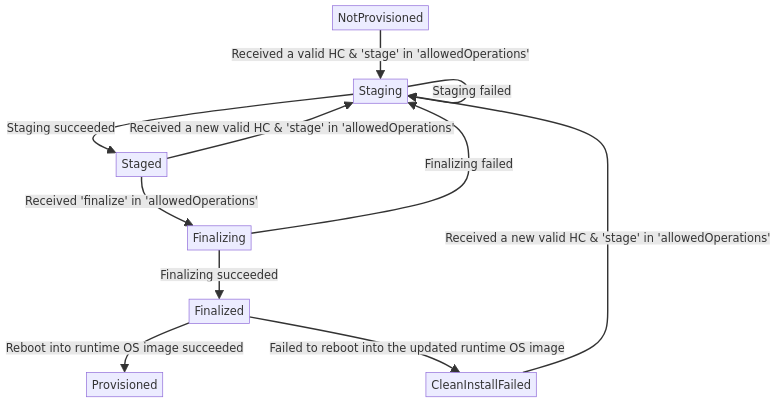
Earlier version of the Mermaid export dev-docs/diagrams/state-diagrams/clean-install.png (microsoft/trident). Its source is kept beside it as dev-docs/diagrams/state-diagrams/clean-install.mmd.
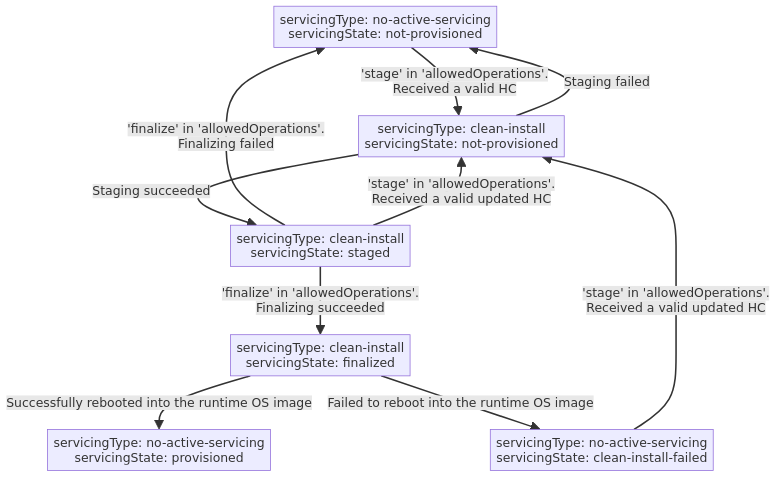
Above is the later version.

Commit message:
Merged PR 20719: engineering: Clean up after Staging and Finalizing have been removed

What changed in the source:
```diff
@@ -1,11 +1,10 @@
 graph TD
-A[NotProvisioned] --> |Received a valid HC & 'stage' in 'allowedOperations'|B[Staging]
-B --> |Staging succeeded|C[Staged]
-B --> |Staging failed|B
-C --> |Received 'finalize' in 'allowedOperations'|E[Finalizing]
-C --> |Received a new valid HC & 'stage' in 'allowedOperations'|B
-E --> |Finalizing failed|B
-E --> |Finalizing succeeded|F[Finalized]
-F --> |Reboot into runtime OS image succeeded|G[Provisioned]
-F --> |Failed to reboot into the updated runtime OS image|D[CleanInstallFailed]
-D --> |Received a new valid HC & 'stage' in 'allowedOperations'|B
+A[servicingType: no-active-servicing\nservicingState: not-provisioned] --> |'stage' in 'allowedOperations'.\nReceived a valid HC|B[servicingType: clean-install\nservicingState: not-provisioned]
+B --> |Staging failed|A
+B --> |Staging succeeded|C[servicingType: clean-install\nservicingState: staged]
+C --> |'finalize' in 'allowedOperations'.\nFinalizing succeeded|E[servicingType: clean-install\nservicingState: finalized]
+C --> |'finalize' in 'allowedOperations'.\nFinalizing failed|A
+C --> |'stage' in 'allowedOperations'.\nReceived a valid updated HC|B
+E --> |Successfully rebooted into the runtime OS image|G[servicingType: no-active-servicing\nservicingState: provisioned]
+E --> |Failed to reboot into the runtime OS image|D[servicingType: no-active-servicing\nservicingState: clean-install-failed]
+D --> |'stage' in 'allowedOperations'.\nReceived a valid updated HC|B
```
